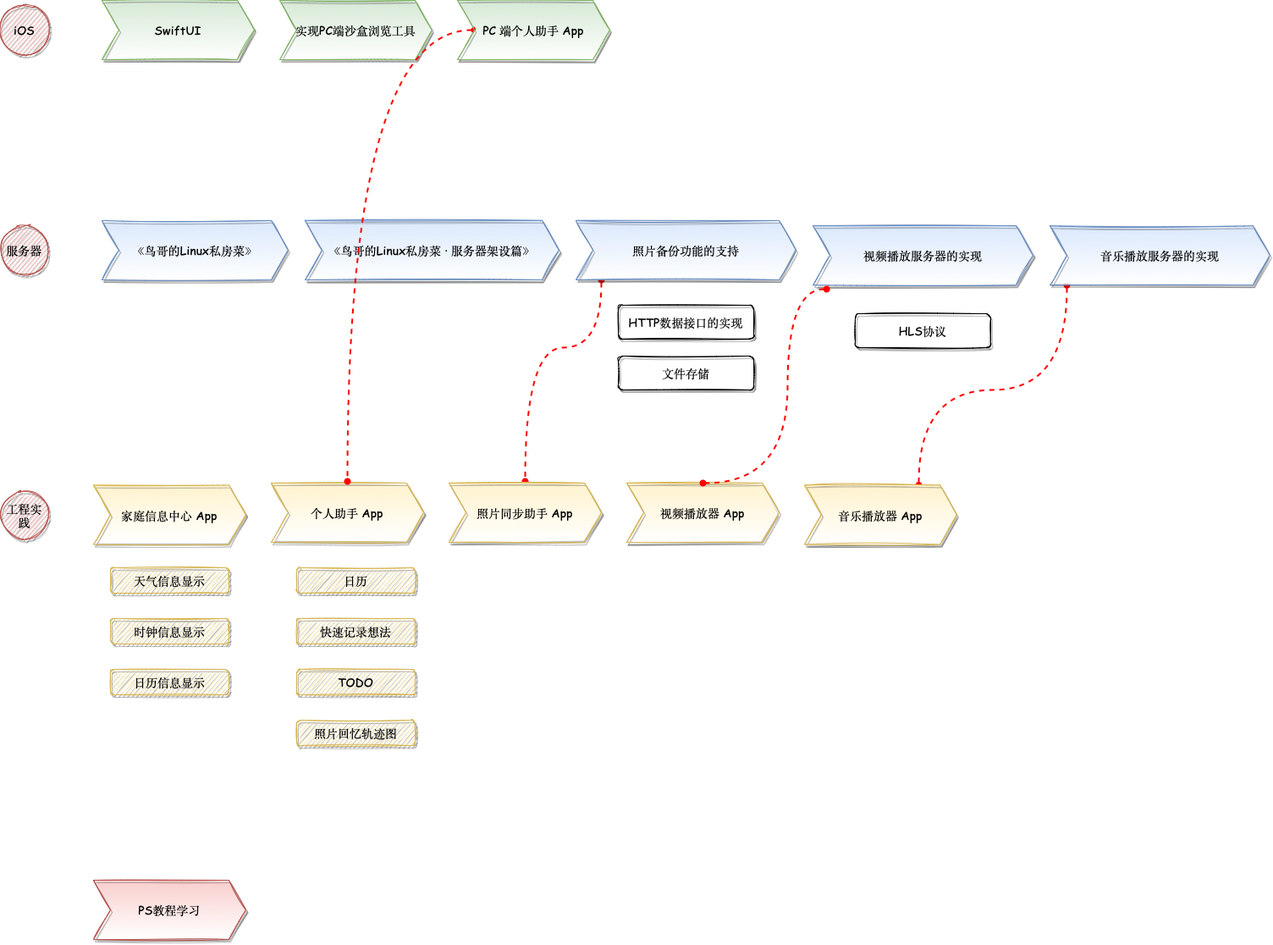
Earlier version of the draw.io export road_map.drawio.png (fengtianyu-yolo/MagicBox). Source tidied: cells renumbered, new cells last; positions are measured from the earlier drawing's top-left corner, leaving out a move shared by most shapes.
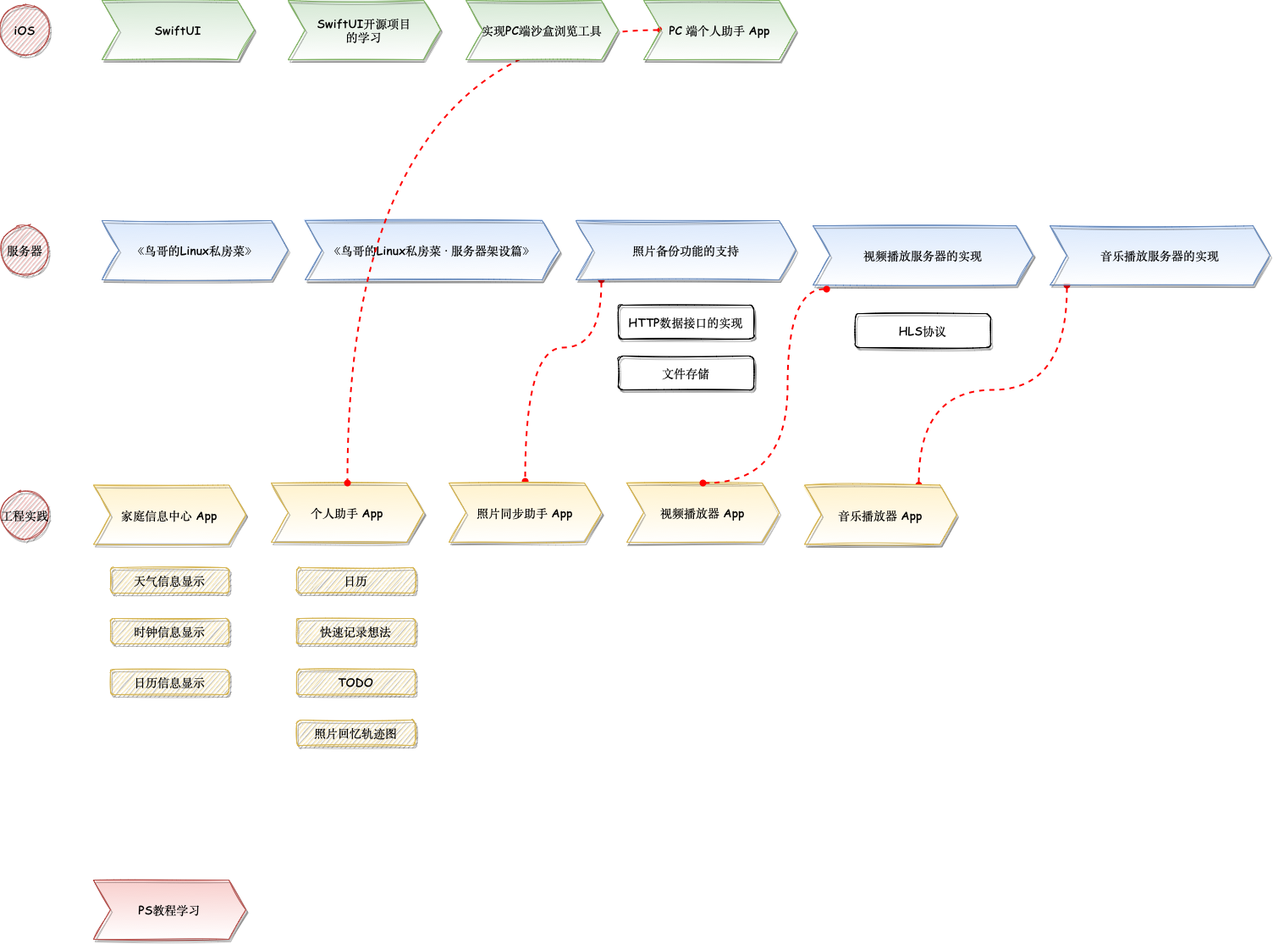
The same file after the commit.

The edit, as a diff of the source:
```diff
@@ -14,9 +14,6 @@
     <mxCell id="5" value="家庭信息中心 App" style="shape=step;perimeter=stepPerimeter;whiteSpace=wrap;html=1;fixedSize=1;fontFamily=Comic Sans MS;fillColor=#fff2cc;strokeColor=#d6b656;shadow=1;sketch=1;rounded=0;fontSize=14;gradientColor=#ffffff;" parent="1" vertex="1">
       <mxGeometry x="110" y="572.5" width="180" height="70" as="geometry" />
     </mxCell>
-    <mxCell id="6" value="实现PC端沙盒浏览工具" style="shape=step;perimeter=stepPerimeter;whiteSpace=wrap;html=1;fixedSize=1;fontFamily=Comic Sans MS;fillColor=#d5e8d4;strokeColor=#82b366;shadow=1;sketch=1;rounded=0;gradientColor=#ffffff;fontSize=14;" parent="1" vertex="1">
-      <mxGeometry x="330" width="180" height="70" as="geometry" />
-    </mxCell>
     <mxCell id="7" value="工程实践" style="ellipse;whiteSpace=wrap;html=1;rounded=0;shadow=1;sketch=1;fontFamily=Comic Sans MS;fontSize=14;fillColor=#f8cecc;strokeColor=#b85450;" parent="1" vertex="1">
       <mxGeometry y="578.8" width="57.5" height="57.5" as="geometry" />
     </mxCell>
@@ -87,11 +84,11 @@
         </Array>
       </mxGeometry>
     </mxCell>
-    <mxCell id="27" style="edgeStyle=orthogonalEdgeStyle;curved=1;rounded=0;jettySize=auto;html=1;dashed=1;fontFamily=Comic Sans MS;fontSize=14;startArrow=oval;startFill=1;endArrow=oval;endFill=1;targetPerimeterSpacing=2;strokeColor=#FF0000;strokeWidth=2;" parent="1" edge="1" source="28" target="8">
+    <mxCell id="27" style="edgeStyle=orthogonalEdgeStyle;curved=1;rounded=0;jettySize=auto;html=1;entryX=0.5;entryY=0;entryDx=0;entryDy=0;dashed=1;fontFamily=Comic Sans MS;fontSize=14;startArrow=oval;startFill=1;endArrow=oval;endFill=1;targetPerimeterSpacing=2;strokeColor=#FF0000;strokeWidth=2;" parent="1" edge="1" source="28" target="8">
       <mxGeometry relative="1" as="geometry" />
     </mxCell>
     <mxCell id="28" value="PC 端个人助手 App" style="shape=step;perimeter=stepPerimeter;whiteSpace=wrap;html=1;fixedSize=1;fontFamily=Comic Sans MS;fillColor=#d5e8d4;strokeColor=#82b366;shadow=1;sketch=1;rounded=0;gradientColor=#ffffff;fontSize=14;" parent="1" vertex="1">
-      <mxGeometry x="540" width="180" height="70" as="geometry" />
+      <mxGeometry x="760" width="180" height="70" as="geometry" />
     </mxCell>
     <mxCell id="29" style="edgeStyle=orthogonalEdgeStyle;curved=1;rounded=0;jettySize=auto;html=1;entryX=0.75;entryY=0;entryDx=0;entryDy=0;dashed=1;fontFamily=Comic Sans MS;fontSize=14;startArrow=oval;startFill=1;endArrow=oval;endFill=1;targetPerimeterSpacing=2;strokeColor=#FF0000;strokeWidth=2;" parent="1" edge="1" source="30" target="31">
       <mxGeometry relative="1" as="geometry">
@@ -110,5 +107,11 @@
     <mxCell id="32" value="PS教程学习" style="shape=step;perimeter=stepPerimeter;whiteSpace=wrap;html=1;fixedSize=1;fontFamily=Comic Sans MS;fillColor=#f8cecc;strokeColor=#b85450;shadow=1;sketch=1;rounded=0;fontSize=14;gradientColor=#ffffff;" parent="1" vertex="1">
       <mxGeometry x="110" y="1039" width="180" height="70" as="geometry" />
     </mxCell>
+    <mxCell id="33" value="SwiftUI开源项目&lt;br&gt;的学习" style="shape=step;perimeter=stepPerimeter;whiteSpace=wrap;html=1;fixedSize=1;fontFamily=Comic Sans MS;fillColor=#d5e8d4;strokeColor=#82b366;shadow=1;sketch=1;rounded=0;gradientColor=#ffffff;fontSize=14;" parent="1" vertex="1">
+      <mxGeometry x="340" width="180" height="70" as="geometry" />
+    </mxCell>
+    <mxCell id="6" value="实现PC端沙盒浏览工具" style="shape=step;perimeter=stepPerimeter;whiteSpace=wrap;html=1;fixedSize=1;fontFamily=Comic Sans MS;fillColor=#d5e8d4;strokeColor=#82b366;shadow=1;sketch=1;rounded=0;gradientColor=#ffffff;fontSize=14;" parent="1" vertex="1">
+      <mxGeometry x="550" width="180" height="70" as="geometry" />
+    </mxCell>
   </root>
 </mxGraphModel>
```
